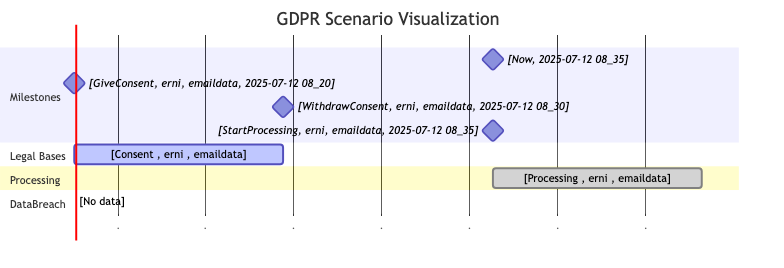
Earlier version of the Mermaid export gdpr/report/MC_ConsentWithdrawn.png (Prof-it/formal-verification). Its source is kept beside it as gdpr/report/MC_ConsentWithdrawn.mmd.
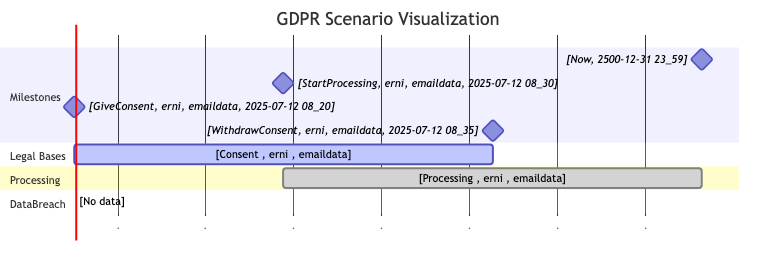
The same diagram one commit later.

Diff of the diagram source:
```diff
@@ -4,16 +4,16 @@
     title GDPR Scenario Visualization
 
     section Milestones
-        [Now, 2025-07-12 08_35] :milestone, ct, 2263-04-08 04:09, 0d
-    [GiveConsent, erni, emaildata, 2025-07-12 08_20] :milestone, id1, 2025-07-12 08:20, 0d
-    [WithdrawConsent, erni, emaildata, 2025-07-12 08_30] :milestone, id2, 2144-05-25 06:14, 0d
-    [StartProcessing, erni, emaildata, 2025-07-12 08_35] :milestone, id3, 2263-04-08 04:09, 0d
+        [Now, 2500-12-31 23_59] :milestone, ct, 2382-02-19 02:04, 0d
+    [StartProcessing, erni, emaildata, 2025-07-12 08_30] :milestone, id1, 2144-05-25 06:14, 0d
+    [GiveConsent, erni, emaildata, 2025-07-12 08_20] :milestone, id2, 2025-07-12 08:20, 0d
+    [WithdrawConsent, erni, emaildata, 2025-07-12 08_35] :milestone, id3, 2263-04-08 04:09, 0d
 
     section Legal Bases
-    [Consent , erni , emaildata] :active, id4, 2025-07-12 08:20, 2144-05-25 06:14
+    [Consent , erni , emaildata] :active, id4, 2025-07-12 08:20, 2263-04-08 04:09
 
     section Processing
-    [Processing , erni , emaildata] :done, id5, 2263-04-08 04:09, 2382-02-19 02:04
+    [Processing , erni , emaildata] :done, id5, 2144-05-25 06:14, 2382-02-19 02:04
 
     section DataBreach
     [No data] :crit, id6, 2025-07-12 08:20, 2025-07-12 08:20
```
